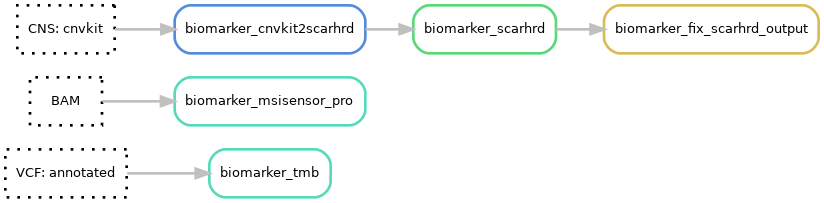
genomic-medicine-sweden/Twist_Solid keeps this Graphviz diagram as docs/images/biomarkers.png. Above is the earlier version. Its source is kept beside it as docs/images/biomarkers.dot. The source it was exported from:
```dot
digraph snakemake_dag {
	rankdir=LR;
    graph[bgcolor=white, margin=0];
    node[shape=box, style=rounded, fontname=sans,                 fontsize=10, penwidth=2];
    edge[penwidth=2, color=grey];
	93[label = "biomarker_tmb", color = "0.46 0.6 0.85", style="rounded"];
	97[label = "biomarker_msisensor_pro", color = "0.46 0.6 0.85", style="rounded"];
	109[label = "biomarker_fix_scarhrd_output", color = "0.13 0.6 0.85", style="rounded"];
	110[label = "biomarker_scarhrd", color = "0.38 0.6 0.85", style="rounded"];
	111[label = "biomarker_cnvkit2scarhrd", color = "0.60 0.6 0.85", style="rounded"];
	200[label = "VCF: annotated", color = "0.0 0.0 0.0", style="dotted"];
	201[label = "BAM", color = "0.0 0.0 0.0", style="dotted"];
	202[label = "CNS: cnvkit", color = "0.0 0.0 0.0", style="dotted"];
	200 -> 93
	201 -> 97
	202 -> 111
	110 -> 109
	111 -> 110
}
```
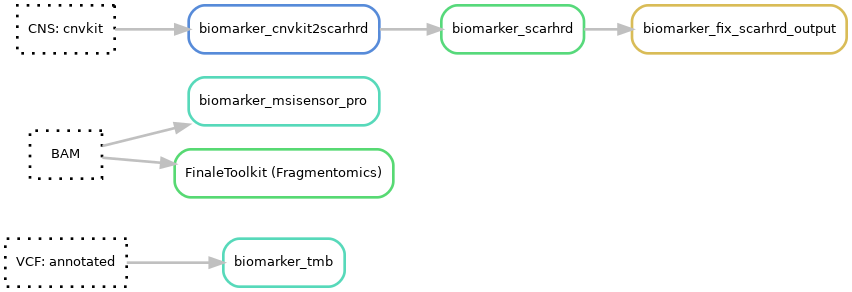
After the commit.

The edit, as a diff of the source:
```diff
@@ -8,6 +8,9 @@
 	109[label = "biomarker_fix_scarhrd_output", color = "0.13 0.6 0.85", style="rounded"];
 	110[label = "biomarker_scarhrd", color = "0.38 0.6 0.85", style="rounded"];
 	111[label = "biomarker_cnvkit2scarhrd", color = "0.60 0.6 0.85", style="rounded"];
+
+	112[label = "FinaleToolkit (Fragmentomics)", color = "0.37 0.6 0.85", style="rounded"];
+
 	200[label = "VCF: annotated", color = "0.0 0.0 0.0", style="dotted"];
 	201[label = "BAM", color = "0.0 0.0 0.0", style="dotted"];
 	202[label = "CNS: cnvkit", color = "0.0 0.0 0.0", style="dotted"];
@@ -16,4 +19,6 @@
 	202 -> 111
 	110 -> 109
 	111 -> 110
+
+	201 -> 112
 }
```
